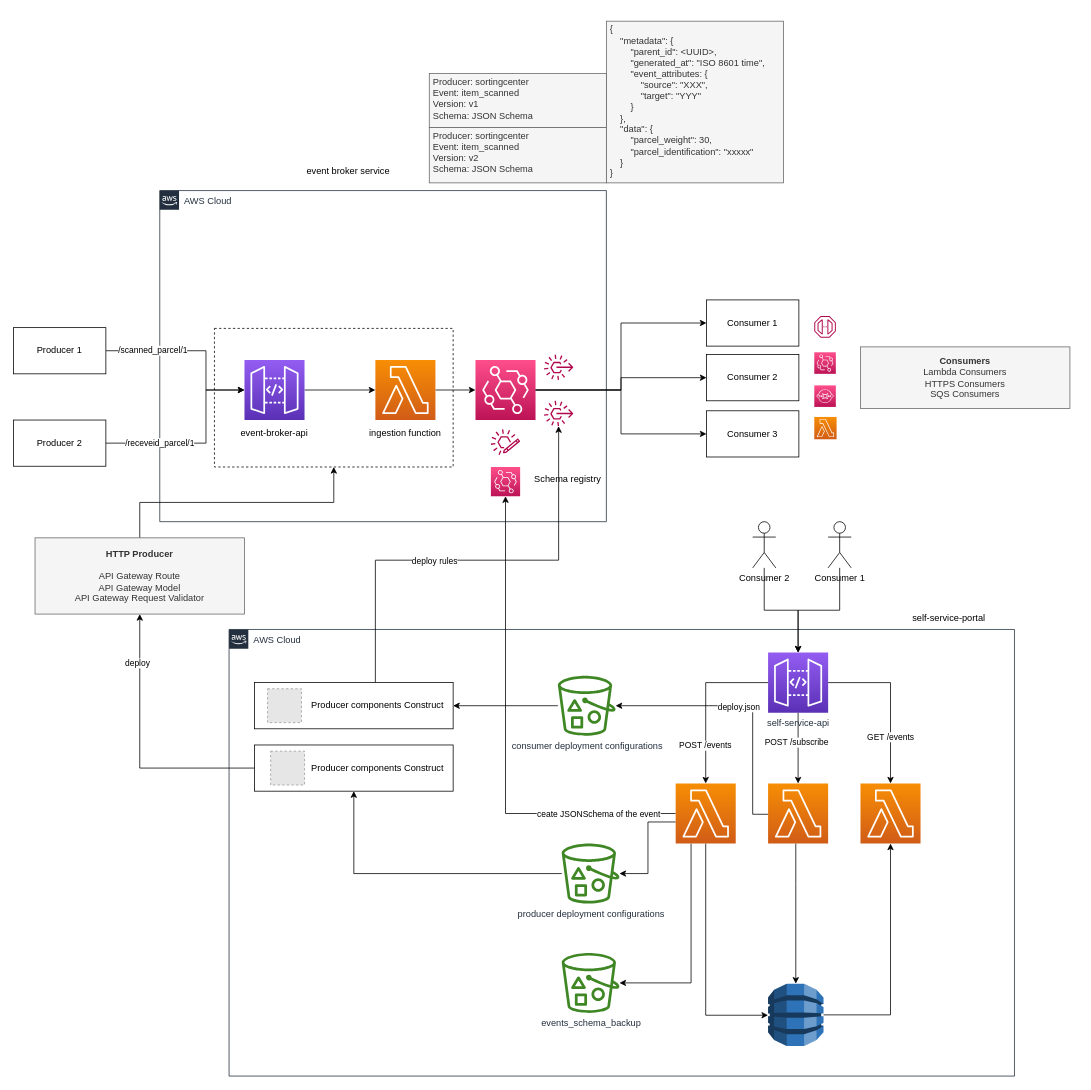
Above: page "Page-1" (1 of 2) of documents/postnl-event-broker-assessment.drawio in cesiztel/event-broker-assignment (draw.io), before the change. Source tidied: cells renumbered, new cells numbered last; positions are measured from the earlier drawing's top-left corner, leaving out a move shared by most shapes. Both pictures are drawn from the tidied source at 77%, with x=0, y=0 at pixel (13, 21). Pictures stored in the file or linked from it are replaced by grey dashed boxes.
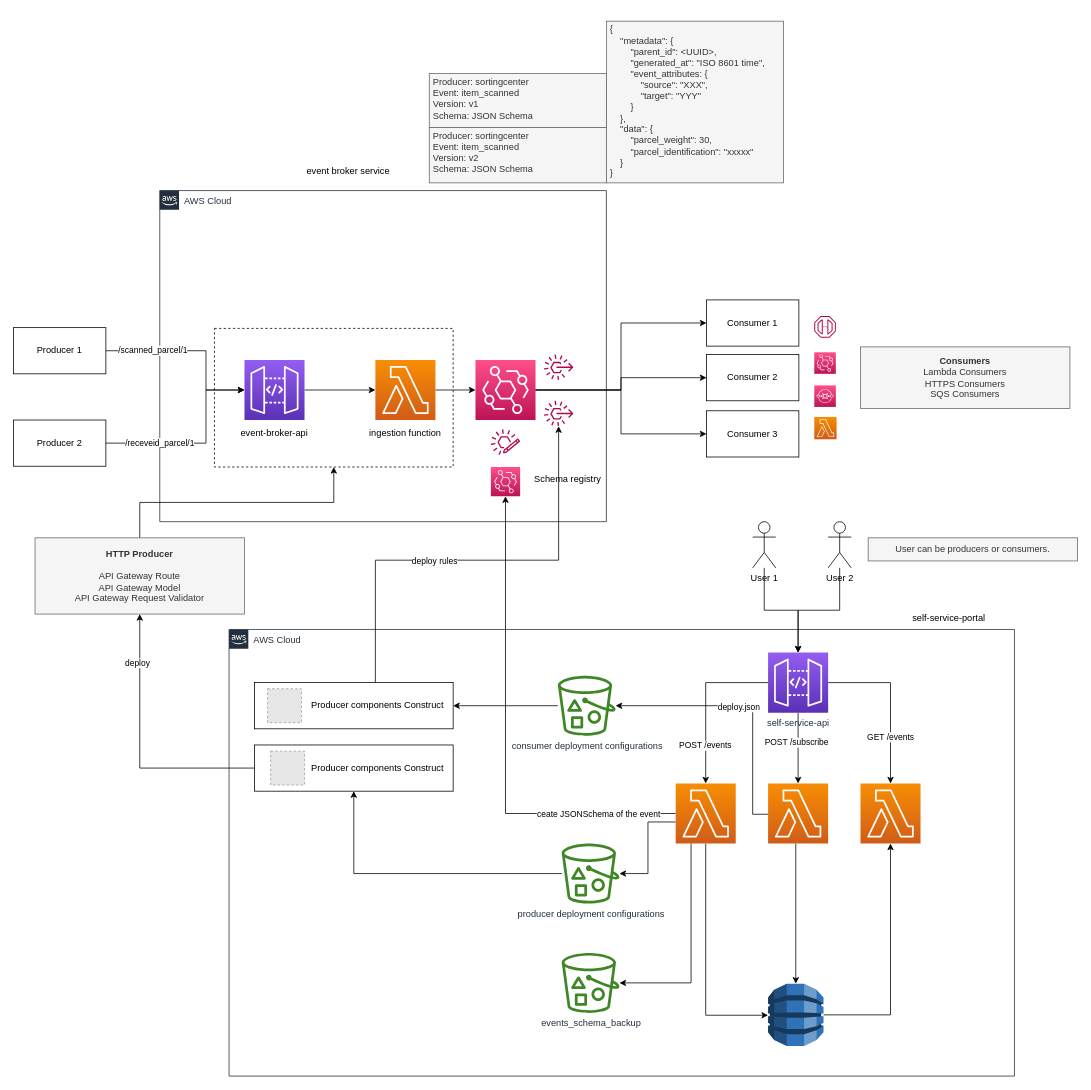
Above is the later version.

Diff of the diagram source:
```diff
@@
-    <mxCell id="34" value="Consumer 2" style="shape=umlActor;verticalLabelPosition=bottom;verticalAlign=top;html=1;outlineConnect=0;" parent="1" vertex="1">
+    <mxCell id="34" value="User 1" style="shape=umlActor;verticalLabelPosition=bottom;verticalAlign=top;html=1;outlineConnect=0;" parent="1" vertex="1">
       <mxGeometry x="960" y="650" width="30" height="60" as="geometry" />
     </mxCell>
@@
-    <mxCell id="39" value="Consumer 1" style="shape=umlActor;verticalLabelPosition=bottom;verticalAlign=top;html=1;outlineConnect=0;" parent="1" vertex="1">
+    <mxCell id="39" value="User 2" style="shape=umlActor;verticalLabelPosition=bottom;verticalAlign=top;html=1;outlineConnect=0;" parent="1" vertex="1">
       <mxGeometry x="1058" y="650" width="30" height="60" as="geometry" />
     </mxCell>
@@
+    <mxCell id="76" value="User can be producers or consumers." style="text;html=1;strokeColor=#666666;fillColor=#f5f5f5;align=center;verticalAlign=middle;whiteSpace=wrap;rounded=0;fontColor=#333333;" parent="1" vertex="1">
+      <mxGeometry x="1110" y="671" width="272" height="30" as="geometry" />
+    </mxCell>
```
